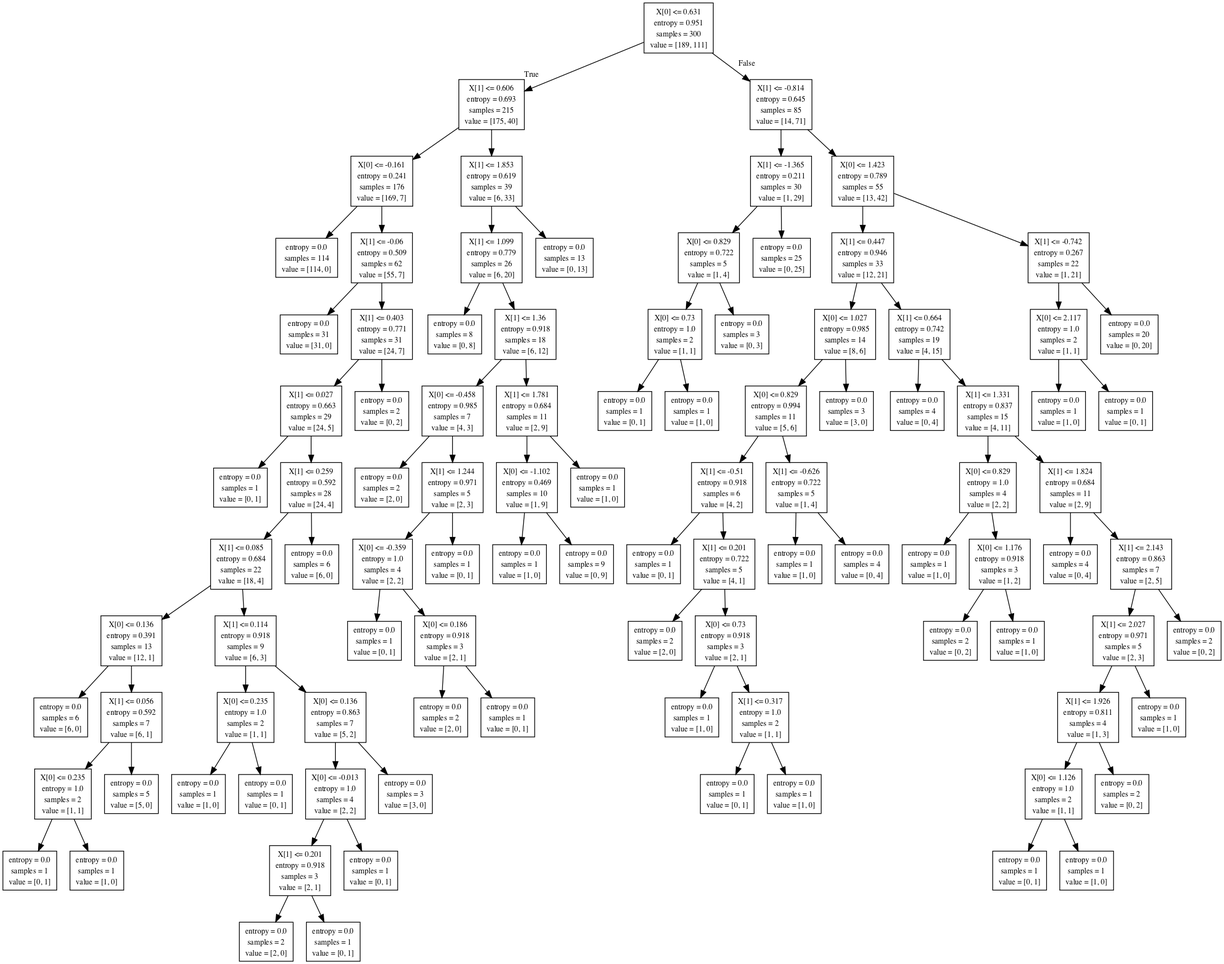
The Graphviz diagram Classification/DecisionTreeClassification/tree.png in Moaz-Morsy/machineLearning, before a commit. Its source is kept beside it as Classification/DecisionTreeClassification/tree.dot.
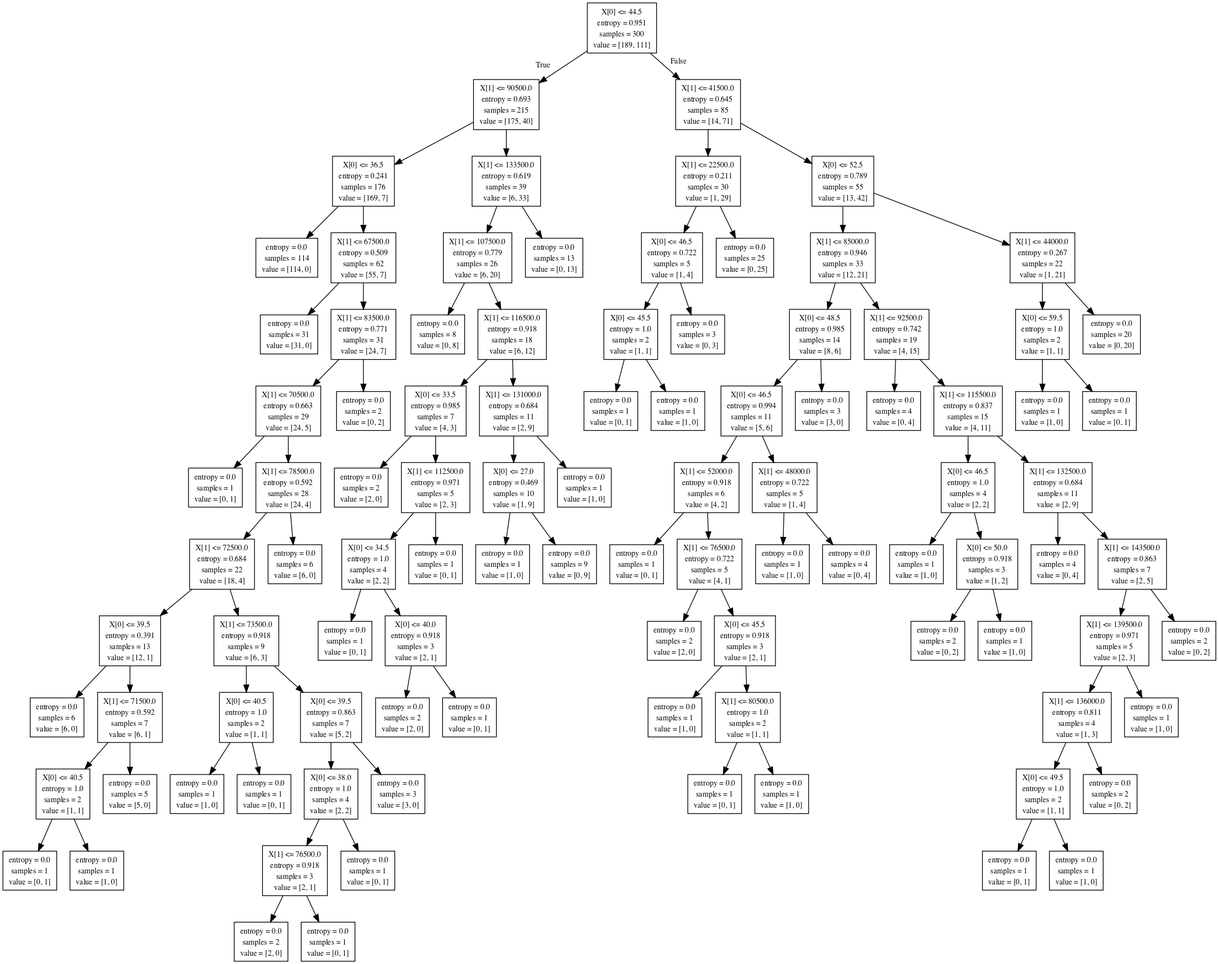
Later version of the same file.

Commit message:
Decision Tree Classification

Change to the diagram source:
```diff
@@ -1,33 +1,33 @@
 digraph Tree {
 node [shape=box] ;
-0 [label="X[0] <= 0.631\nentropy = 0.951\nsamples = 300\nvalue = [189, 111]"] ;
-1 [label="X[1] <= 0.606\nentropy = 0.693\nsamples = 215\nvalue = [175, 40]"] ;
+0 [label="X[0] <= 44.5\nentropy = 0.951\nsamples = 300\nvalue = [189, 111]"] ;
+1 [label="X[1] <= 90500.0\nentropy = 0.693\nsamples = 215\nvalue = [175, 40]"] ;
 0 -> 1 [labeldistance=2.5, labelangle=45, headlabel="True"] ;
-2 [label="X[0] <= -0.161\nentropy = 0.241\nsamples = 176\nvalue = [169, 7]"] ;
+2 [label="X[0] <= 36.5\nentropy = 0.241\nsamples = 176\nvalue = [169, 7]"] ;
 1 -> 2 ;
 3 [label="entropy = 0.0\nsamples = 114\nvalue = [114, 0]"] ;
 2 -> 3 ;
-4 [label="X[1] <= -0.06\nentropy = 0.509\nsamples = 62\nvalue = [55, 7]"] ;
+4 [label="X[1] <= 67500.0\nentropy = 0.509\nsamples = 62\nvalue = [55, 7]"] ;
 2 -> 4 ;
 5 [label="entropy = 0.0\nsamples = 31\nvalue = [31, 0]"] ;
 4 -> 5 ;
-6 [label="X[1] <= 0.403\nentropy = 0.771\nsamples = 31\nvalue = [24, 7]"] ;
+6 [label="X[1] <= 83500.0\nentropy = 0.771\nsamples = 31\nvalue = [24, 7]"] ;
 4 -> 6 ;
-7 [label="X[1] <= 0.027\nentropy = 0.663\nsamples = 29\nvalue = [24, 5]"] ;
+7 [label="X[1] <= 70500.0\nentropy = 0.663\nsamples = 29\nvalue = [24, 5]"] ;
 6 -> 7 ;
 8 [label="entropy = 0.0\nsamples = 1\nvalue = [0, 1]"] ;
 7 -> 8 ;
-9 [label="X[1] <= 0.259\nentropy = 0.592\nsamples = 28\nvalue = [24, 4]"] ;
+9 [label="X[1] <= 78500.0\nentropy = 0.592\nsamples = 28\nvalue = [24, 4]"] ;
 7 -> 9 ;
-10 [label="X[1] <= 0.085\nentropy = 0.684\nsamples = 22\nvalue = [18, 4]"] ;
+10 [label="X[1] <= 72500.0\nentropy = 0.684\nsamples = 22\nvalue = [18, 4]"] ;
 9 -> 10 ;
-11 [label="X[0] <= 0.136\nentropy = 0.391\nsamples = 13\nvalue = [12, 1]"] ;
+11 [label="X[0] <= 39.5\nentropy = 0.391\nsamples = 13\nvalue = [12, 1]"] ;
 10 -> 11 ;
 12 [label="entropy = 0.0\nsamples = 6\nvalue = [6, 0]"] ;
 11 -> 12 ;
-13 [label="X[1] <= 0.056\nentropy = 0.592\nsamples = 7\nvalue = [6, 1]"] ;
+13 [label="X[1] <= 71500.0\nentropy = 0.592\nsamples = 7\nvalue = [6, 1]"] ;
 11 -> 13 ;
-14 [label="X[0] <= 0.235\nentropy = 1.0\nsamples = 2\nvalue = [1, 1]"] ;
+14 [label="X[0] <= 40.5\nentropy = 1.0\nsamples = 2\nvalue = [1, 1]"] ;
 13 -> 14 ;
 15 [label="entropy = 0.0\nsamples = 1\nvalue = [0, 1]"] ;
 14 -> 15 ;
@@ -35,19 +35,19 @@
 14 -> 16 ;
 17 [label="entropy = 0.0\nsamples = 5\nvalue = [5, 0]"] ;
 13 -> 17 ;
-18 [label="X[1] <= 0.114\nentropy = 0.918\nsamples = 9\nvalue = [6, 3]"] ;
+18 [label="X[1] <= 73500.0\nentropy = 0.918\nsamples = 9\nvalue = [6, 3]"] ;
 10 -> 18 ;
-19 [label="X[0] <= 0.235\nentropy = 1.0\nsamples = 2\nvalue = [1, 1]"] ;
+19 [label="X[0] <= 40.5\nentropy = 1.0\nsamples = 2\nvalue = [1, 1]"] ;
 18 -> 19 ;
 20 [label="entropy = 0.0\nsamples = 1\nvalue = [1, 0]"] ;
 19 -> 20 ;
 21 [label="entropy = 0.0\nsamples = 1\nvalue = [0, 1]"] ;
 19 -> 21 ;
-22 [label="X[0] <= 0.136\nentropy = 0.863\nsamples = 7\nvalue = [5, 2]"] ;
+22 [label="X[0] <= 39.5\nentropy = 0.863\nsamples = 7\nvalue = [5, 2]"] ;
 18 -> 22 ;
-23 [label="X[0] <= -0.013\nentropy = 1.0\nsamples = 4\nvalue = [2, 2]"] ;
+23 [label="X[0] <= 38.0\nentropy = 1.0\nsamples = 4\nvalue = [2, 2]"] ;
 22 -> 23 ;
-24 [label="X[1] <= 0.201\nentropy = 0.918\nsamples = 3\nvalue = [2, 1]"] ;
+24 [label="X[1] <= 76500.0\nentropy = 0.918\nsamples = 3\nvalue = [2, 1]"] ;
 23 -> 24 ;
 25 [label="entropy = 0.0\nsamples = 2\nvalue = [2, 0]"] ;
 24 -> 25 ;
@@ -61,25 +61,25 @@
 9 -> 29 ;
 30 [label="entropy = 0.0\nsamples = 2\nvalue = [0, 2]"] ;
 6 -> 30 ;
-31 [label="X[1] <= 1.853\nentropy = 0.619\nsamples = 39\nvalue = [6, 33]"] ;
+31 [label="X[1] <= 133500.0\nentropy = 0.619\nsamples = 39\nvalue = [6, 33]"] ;
 1 -> 31 ;
-32 [label="X[1] <= 1.099\nentropy = 0.779\nsamples = 26\nvalue = [6, 20]"] ;
+32 [label="X[1] <= 107500.0\nentropy = 0.779\nsamples = 26\nvalue = [6, 20]"] ;
 31 -> 32 ;
 33 [label="entropy = 0.0\nsamples = 8\nvalue = [0, 8]"] ;
 32 -> 33 ;
-34 [label="X[1] <= 1.36\nentropy = 0.918\nsamples = 18\nvalue = [6, 12]"] ;
+34 [label="X[1] <= 116500.0\nentropy = 0.918\nsamples = 18\nvalue = [6, 12]"] ;
 32 -> 34 ;
-35 [label="X[0] <= -0.458\nentropy = 0.985\nsamples = 7\nvalue = [4, 3]"] ;
+35 [label="X[0] <= 33.5\nentropy = 0.985\nsamples = 7\nvalue = [4, 3]"] ;
 34 -> 35 ;
 36 [label="entropy = 0.0\nsamples = 2\nvalue = [2, 0]"] ;
 35 -> 36 ;
-37 [label="X[1] <= 1.244\nentropy = 0.971\nsamples = 5\nvalue = [2, 3]"] ;
+37 [label="X[1] <= 112500.0\nentropy = 0.971\nsamples = 5\nvalue = [2, 3]"] ;
 35 -> 37 ;
-38 [label="X[0] <= -0.359\nentropy = 1.0\nsamples = 4\nvalue = [2, 2]"] ;
+38 [label="X[0] <= 34.5\nentropy = 1.0\nsamples = 4\nvalue = [2, 2]"] ;
 37 -> 38 ;
 39 [label="entropy = 0.0\nsamples = 1\nvalue = [0, 1]"] ;
 38 -> 39 ;
-40 [label="X[0] <= 0.186\nentropy = 0.918\nsamples = 3\nvalue = [2, 1]"] ;
+40 [label="X[0] <= 40.0\nentropy = 0.918\nsamples = 3\nvalue = [2, 1]"] ;
 38 -> 40 ;
 41 [label="entropy = 0.0\nsamples = 2\nvalue = [2, 0]"] ;
 40 -> 41 ;
@@ -87,9 +87,9 @@
 40 -> 42 ;
 43 [label="entropy = 0.0\nsamples = 1\nvalue = [0, 1]"] ;
 37 -> 43 ;
-44 [label="X[1] <= 1.781\nentropy = 0.684\nsamples = 11\nvalue = [2, 9]"] ;
+44 [label="X[1] <= 131000.0\nentropy = 0.684\nsamples = 11\nvalue = [2, 9]"] ;
 34 -> 44 ;
-45 [label="X[0] <= -1.102\nentropy = 0.469\nsamples = 10\nvalue = [1, 9]"] ;
+45 [label="X[0] <= 27.0\nentropy = 0.469\nsamples = 10\nvalue = [1, 9]"] ;
 44 -> 45 ;
 46 [label="entropy = 0.0\nsamples = 1\nvalue = [1, 0]"] ;
 45 -> 46 ;
@@ -99,13 +99,13 @@
 44 -> 48 ;
 49 [label="entropy = 0.0\nsamples = 13\nvalue = [0, 13]"] ;
 31 -> 49 ;
-50 [label="X[1] <= -0.814\nentropy = 0.645\nsamples = 85\nvalue = [14, 71]"] ;
+50 [label="X[1] <= 41500.0\nentropy = 0.645\nsamples = 85\nvalue = [14, 71]"] ;
 0 -> 50 [labeldistance=2.5, labelangle=-45, headlabel="False"] ;
-51 [label="X[1] <= -1.365\nentropy = 0.211\nsamples = 30\nvalue = [1, 29]"] ;
+51 [label="X[1] <= 22500.0\nentropy = 0.211\nsamples = 30\nvalue = [1, 29]"] ;
 50 -> 51 ;
-52 [label="X[0] <= 0.829\nentropy = 0.722\nsamples = 5\nvalue = [1, 4]"] ;
+52 [label="X[0] <= 46.5\nentropy = 0.722\nsamples = 5\nvalue = [1, 4]"] ;
 51 -> 52 ;
-53 [label="X[0] <= 0.73\nentropy = 1.0\nsamples = 2\nvalue = [1, 1]"] ;
+53 [label="X[0] <= 45.5\nentropy = 1.0\nsamples = 2\nvalue = [1, 1]"] ;
 52 -> 53 ;
 54 [label="entropy = 0.0\nsamples = 1\nvalue = [0, 1]"] ;
 53 -> 54 ;
@@ -115,33 +115,33 @@
 52 -> 56 ;
 57 [label="entropy = 0.0\nsamples = 25\nvalue = [0, 25]"] ;
 51 -> 57 ;
-58 [label="X[0] <= 1.423\nentropy = 0.789\nsamples = 55\nvalue = [13, 42]"] ;
+58 [label="X[0] <= 52.5\nentropy = 0.789\nsamples = 55\nvalue = [13, 42]"] ;
 50 -> 58 ;
-59 [label="X[1] <= 0.447\nentropy = 0.946\nsamples = 33\nvalue = [12, 21]"] ;
+59 [label="X[1] <= 85000.0\nentropy = 0.946\nsamples = 33\nvalue = [12, 21]"] ;
 58 -> 59 ;
-60 [label="X[0] <= 1.027\nentropy = 0.985\nsamples = 14\nvalue = [8, 6]"] ;
+60 [label="X[0] <= 48.5\nentropy = 0.985\nsamples = 14\nvalue = [8, 6]"] ;
 59 -> 60 ;
-61 [label="X[0] <= 0.829\nentropy = 0.994\nsamples = 11\nvalue = [5, 6]"] ;
+61 [label="X[0] <= 46.5\nentropy = 0.994\nsamples = 11\nvalue = [5, 6]"] ;
 60 -> 61 ;
-62 [label="X[1] <= -0.51\nentropy = 0.918\nsamples = 6\nvalue = [4, 2]"] ;
+62 [label="X[1] <= 52000.0\nentropy = 0.918\nsamples = 6\nvalue = [4, 2]"] ;
 61 -> 62 ;
 63 [label="entropy = 0.0\nsamples = 1\nvalue = [0, 1]"] ;
 62 -> 63 ;
-64 [label="X[1] <= 0.201\nentropy = 0.722\nsamples = 5\nvalue = [4, 1]"] ;
+64 [label="X[1] <= 76500.0\nentropy = 0.722\nsamples = 5\nvalue = [4, 1]"] ;
 62 -> 64 ;
 65 [label="entropy = 0.0\nsamples = 2\nvalue = [2, 0]"] ;
 64 -> 65 ;
-66 [label="X[0] <= 0.73\nentropy = 0.918\nsamples = 3\nvalue = [2, 1]"] ;
+66 [label="X[0] <= 45.5\nentropy = 0.918\nsamples = 3\nvalue = [2, 1]"] ;
 64 -> 66 ;
 67 [label="entropy = 0.0\nsamples = 1\nvalue = [1, 0]"] ;
 66 -> 67 ;
-68 [label="X[1] <= 0.317\nentropy = 1.0\nsamples = 2\nvalue = [1, 1]"] ;
+68 [label="X[1] <= 80500.0\nentropy = 1.0\nsamples = 2\nvalue = [1, 1]"] ;
 66 -> 68 ;
 69 [label="entropy = 0.0\nsamples = 1\nvalue = [0, 1]"] ;
 68 -> 69 ;
 70 [label="entropy = 0.0\nsamples = 1\nvalue = [1, 0]"] ;
 68 -> 70 ;
-71 [label="X[1] <= -0.626\nentropy = 0.722\nsamples = 5\nvalue = [1, 4]"] ;
+71 [label="X[1] <= 48000.0\nentropy = 0.722\nsamples = 5\nvalue = [1, 4]"] ;
 61 -> 71 ;
 72 [label="entropy = 0.0\nsamples = 1\nvalue = [1, 0]"] ;
 71 -> 72 ;
@@ -149,33 +149,33 @@
 71 -> 73 ;
 74 [label="entropy = 0.0\nsamples = 3\nvalue = [3, 0]"] ;
 60 -> 74 ;
-75 [label="X[1] <= 0.664\nentropy = 0.742\nsamples = 19\nvalue = [4, 15]"] ;
+75 [label="X[1] <= 92500.0\nentropy = 0.742\nsamples = 19\nvalue = [4, 15]"] ;
 59 -> 75 ;
 76 [label="entropy = 0.0\nsamples = 4\nvalue = [0, 4]"] ;
 75 -> 76 ;
-77 [label="X[1] <= 1.331\nentropy = 0.837\nsamples = 15\nvalue = [4, 11]"] ;
+77 [label="X[1] <= 115500.0\nentropy = 0.837\nsamples = 15\nvalue = [4, 11]"] ;
 75 -> 77 ;
-78 [label="X[0] <= 0.829\nentropy = 1.0\nsamples = 4\nvalue = [2, 2]"] ;
+78 [label="X[0] <= 46.5\nentropy = 1.0\nsamples = 4\nvalue = [2, 2]"] ;
 77 -> 78 ;
 79 [label="entropy = 0.0\nsamples = 1\nvalue = [1, 0]"] ;
 78 -> 79 ;
-80 [label="X[0] <= 1.176\nentropy = 0.918\nsamples = 3\nvalue = [1, 2]"] ;
+80 [label="X[0] <= 50.0\nentropy = 0.918\nsamples = 3\nvalue = [1, 2]"] ;
 78 -> 80 ;
 81 [label="entropy = 0.0\nsamples = 2\nvalue = [0, 2]"] ;
 80 -> 81 ;
 82 [label="entropy = 0.0\nsamples = 1\nvalue = [1, 0]"] ;
 80 -> 82 ;
-83 [label="X[1] <= 1.824\nentropy = 0.684\nsamples = 11\nvalue = [2, 9]"] ;
+83 [label="X[1] <= 132500.0\nentropy = 0.684\nsamples = 11\nvalue = [2, 9]"] ;
 77 -> 83 ;
 84 [label="entropy = 0.0\nsamples = 4\nvalue = [0, 4]"] ;
 83 -> 84 ;
-85 [label="X[1] <= 2.143\nentropy = 0.863\nsamples = 7\nvalue = [2, 5]"] ;
+85 [label="X[1] <= 143500.0\nentropy = 0.863\nsamples = 7\nvalue = [2, 5]"] ;
 83 -> 85 ;
-86 [label="X[1] <= 2.027\nentropy = 0.971\nsamples = 5\nvalue = [2, 3]"] ;
+86 [label="X[1] <= 139500.0\nentropy = 0.971\nsamples = 5\nvalue = [2, 3]"] ;
 85 -> 86 ;
-87 [label="X[1] <= 1.926\nentropy = 0.811\nsamples = 4\nvalue = [1, 3]"] ;
+87 [label="X[1] <= 136000.0\nentropy = 0.811\nsamples = 4\nvalue = [1, 3]"] ;
 86 -> 87 ;
-88 [label="X[0] <= 1.126\nentropy = 1.0\nsamples = 2\nvalue = [1, 1]"] ;
+88 [label="X[0] <= 49.5\nentropy = 1.0\nsamples = 2\nvalue = [1, 1]"] ;
 87 -> 88 ;
 89 [label="entropy = 0.0\nsamples = 1\nvalue = [0, 1]"] ;
 88 -> 89 ;
@@ -187,9 +187,9 @@
 86 -> 92 ;
 93 [label="entropy = 0.0\nsamples = 2\nvalue = [0, 2]"] ;
 85 -> 93 ;
-94 [label="X[1] <= -0.742\nentropy = 0.267\nsamples = 22\nvalue = [1, 21]"] ;
+94 [label="X[1] <= 44000.0\nentropy = 0.267\nsamples = 22\nvalue = [1, 21]"] ;
 58 -> 94 ;
-95 [label="X[0] <= 2.117\nentropy = 1.0\nsamples = 2\nvalue = [1, 1]"] ;
+95 [label="X[0] <= 59.5\nentropy = 1.0\nsamples = 2\nvalue = [1, 1]"] ;
 94 -> 95 ;
 96 [label="entropy = 0.0\nsamples = 1\nvalue = [1, 0]"] ;
 95 -> 96 ;
```
